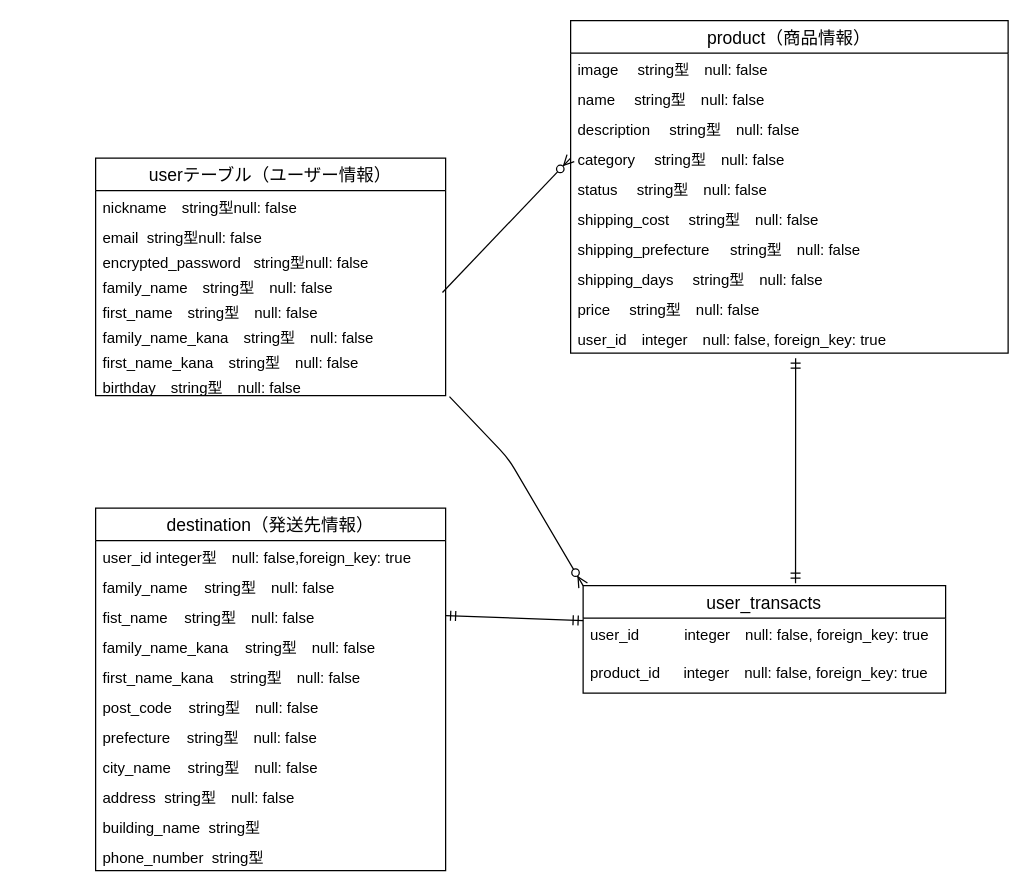
The draw.io diagram furima.dio in koukikubo/furima-39090, before the edit. Source tidied: cells renumbered, new cells numbered last; positions are measured from the earlier drawing's top-left corner, leaving out a move shared by most shapes. Both pictures are drawn from the tidied source at 125%, with x=0, y=0 at pixel (95, 20).
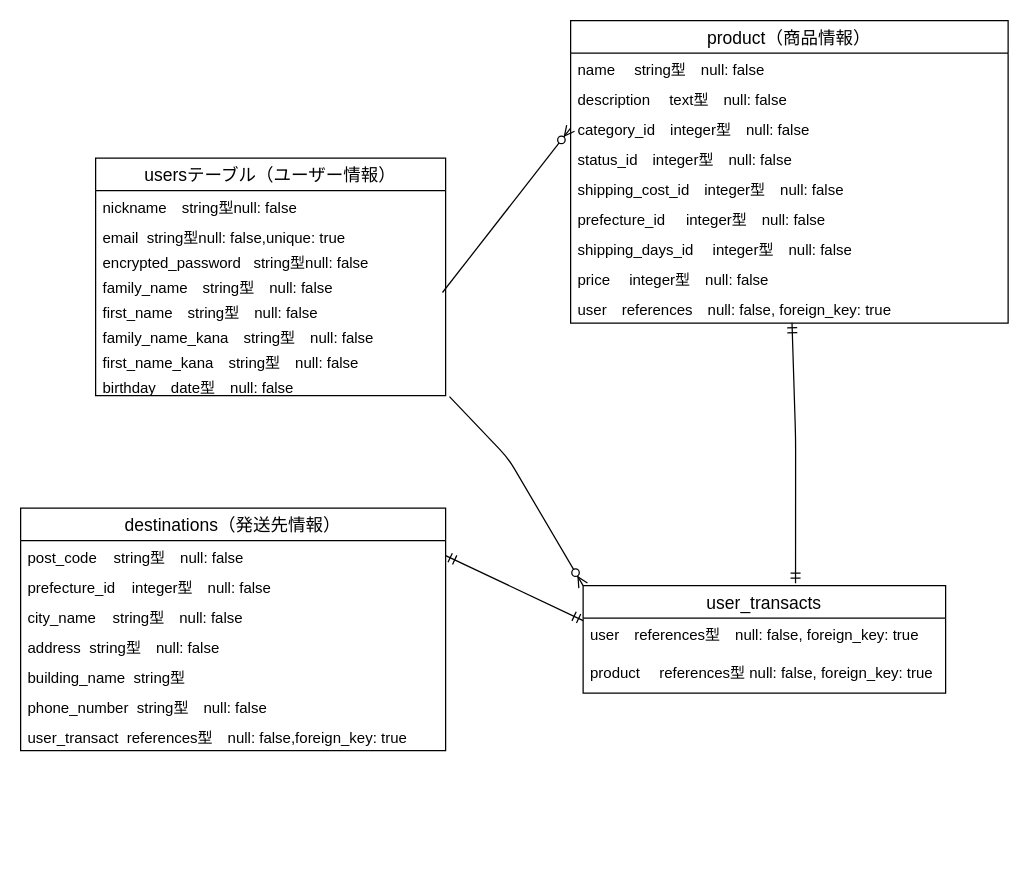
After the change.

Unchanged cells that the change refers to:
```xml
<mxCell id="34" value="user_transacts" style="swimlane;fontStyle=0;horizontal=1;startSize=26;align=center;fontSize=14;" parent="1" vertex="1">
  <mxGeometry x="390" y="452" width="290" height="86" as="geometry" />
</mxCell>
```

What changed in the source:
```diff
@@
-    <mxCell id="2" value="userテーブル（ユーザー情報）" style="swimlane;fontStyle=0;horizontal=1;startSize=26;align=center;fontSize=14;" parent="1" vertex="1">
+    <mxCell id="2" value="usersテーブル（ユーザー情報）" style="swimlane;fontStyle=0;horizontal=1;startSize=26;align=center;fontSize=14;" parent="1" vertex="1">
       <mxGeometry y="110" width="280" height="190" as="geometry" />
     </mxCell>
@@
-    <mxCell id="4" value="email  string型null: false" style="text;strokeColor=none;fillColor=none;spacingLeft=4;spacingRight=4;overflow=hidden;fontSize=12;" parent="2" vertex="1">
+    <mxCell id="4" value="email  string型null: false,unique: true" style="text;strokeColor=none;fillColor=none;spacingLeft=4;spacingRight=4;overflow=hidden;fontSize=12;" parent="2" vertex="1">
       <mxGeometry y="50" width="280" height="20" as="geometry" />
     </mxCell>
@@
-    <mxCell id="10" value="birthday　string型　null: false" style="text;strokeColor=none;fillColor=none;spacingLeft=4;spacingRight=4;overflow=hidden;points=[[0,0.5],[1,0.5]];portConstraint=eastwest;fontSize=12;" parent="2" vertex="1">
+    <mxCell id="10" value="birthday　date型　null: false" style="text;strokeColor=none;fillColor=none;spacingLeft=4;spacingRight=4;overflow=hidden;points=[[0,0.5],[1,0.5]];portConstraint=eastwest;fontSize=12;" parent="2" vertex="1">
       <mxGeometry y="170" width="280" height="20" as="geometry" />
     </mxCell>
-    <mxCell id="11" value="destination（発送先情報）" style="swimlane;fontStyle=0;horizontal=1;startSize=26;align=center;fontSize=14;" parent="1" vertex="1">
-      <mxGeometry y="390" width="280" height="290" as="geometry" />
+    <mxCell id="11" value="destinations（発送先情報）" style="swimlane;fontStyle=0;horizontal=1;startSize=26;align=center;fontSize=14;" parent="1" vertex="1">
+      <mxGeometry x="-60" y="390" width="340" height="194" as="geometry" />
     </mxCell>
-    <mxCell id="12" value="user_id integer型　null: false,foreign_key: true" style="text;strokeColor=none;fillColor=none;spacingLeft=4;spacingRight=4;overflow=hidden;fontSize=12;" parent="11" vertex="1">
-      <mxGeometry y="26" width="280" height="24" as="geometry" />
-    </mxCell>
-    <mxCell id="13" value="family_name    string型　null: false" style="text;strokeColor=none;fillColor=none;spacingLeft=4;spacingRight=4;overflow=hidden;fontSize=12;" parent="11" vertex="1">
-      <mxGeometry y="50" width="280" height="24" as="geometry" />
-    </mxCell>
-    <mxCell id="14" value="fist_name    string型　null: false" style="text;strokeColor=none;fillColor=none;spacingLeft=4;spacingRight=4;overflow=hidden;points=[[0,0.5],[1,0.5]];portConstraint=eastwest;fontSize=12;" parent="11" vertex="1">
-      <mxGeometry y="74" width="280" height="24" as="geometry" />
-    </mxCell>
-    <mxCell id="15" value="family_name_kana    string型　null: false" style="text;strokeColor=none;fillColor=none;spacingLeft=4;spacingRight=4;overflow=hidden;fontSize=12;" parent="11" vertex="1">
-      <mxGeometry y="98" width="280" height="24" as="geometry" />
-    </mxCell>
-    <mxCell id="16" value="first_name_kana    string型　null: false" style="text;strokeColor=none;fillColor=none;spacingLeft=4;spacingRight=4;overflow=hidden;fontSize=12;" parent="11" vertex="1">
-      <mxGeometry y="122" width="280" height="24" as="geometry" />
-    </mxCell>
     <mxCell id="17" value="post_code    string型　null: false" style="text;strokeColor=none;fillColor=none;spacingLeft=4;spacingRight=4;overflow=hidden;fontSize=12;" parent="11" vertex="1">
-      <mxGeometry y="146" width="280" height="24" as="geometry" />
+      <mxGeometry y="26" width="340" height="24" as="geometry" />
     </mxCell>
-    <mxCell id="18" value="prefecture    string型　null: false" style="text;strokeColor=none;fillColor=none;spacingLeft=4;spacingRight=4;overflow=hidden;fontSize=12;" parent="11" vertex="1">
-      <mxGeometry y="170" width="280" height="24" as="geometry" />
+    <mxCell id="18" value="prefecture_id    integer型　null: false" style="text;strokeColor=none;fillColor=none;spacingLeft=4;spacingRight=4;overflow=hidden;fontSize=12;" parent="11" vertex="1">
+      <mxGeometry y="50" width="340" height="24" as="geometry" />
     </mxCell>
     <mxCell id="19" value="city_name    string型　null: false" style="text;strokeColor=none;fillColor=none;spacingLeft=4;spacingRight=4;overflow=hidden;fontSize=12;" parent="11" vertex="1">
-      <mxGeometry y="194" width="280" height="24" as="geometry" />
+      <mxGeometry y="74" width="340" height="24" as="geometry" />
     </mxCell>
     <mxCell id="20" value="address  string型　null: false" style="text;strokeColor=none;fillColor=none;spacingLeft=4;spacingRight=4;overflow=hidden;fontSize=12;" parent="11" vertex="1">
-      <mxGeometry y="218" width="280" height="24" as="geometry" />
+      <mxGeometry y="98" width="340" height="24" as="geometry" />
     </mxCell>
     <mxCell id="21" value="building_name  string型　" style="text;strokeColor=none;fillColor=none;spacingLeft=4;spacingRight=4;overflow=hidden;fontSize=12;" parent="11" vertex="1">
-      <mxGeometry y="242" width="280" height="24" as="geometry" />
+      <mxGeometry y="122" width="340" height="24" as="geometry" />
     </mxCell>
+    <mxCell id="41" value="phone_number  string型　null: false" style="text;strokeColor=none;fillColor=none;spacingLeft=4;spacingRight=4;overflow=hidden;fontSize=12;" parent="11" vertex="1">
+      <mxGeometry y="146" width="340" height="24" as="geometry" />
+    </mxCell>
-    <mxCell id="22" value="phone_number  string型　" style="text;strokeColor=none;fillColor=none;spacingLeft=4;spacingRight=4;overflow=hidden;fontSize=12;" parent="11" vertex="1">
-      <mxGeometry y="266" width="280" height="24" as="geometry" />
+    <mxCell id="22" value="user_transact  references型　null: false,foreign_key: true" style="text;strokeColor=none;fillColor=none;spacingLeft=4;spacingRight=4;overflow=hidden;fontSize=12;" parent="11" vertex="1">
+      <mxGeometry y="170" width="340" height="24" as="geometry" />
     </mxCell>
     <mxCell id="23" value="product（商品情報）" style="swimlane;fontStyle=0;horizontal=1;startSize=26;align=center;fontSize=14;" parent="1" vertex="1">
-      <mxGeometry x="380" width="350" height="266" as="geometry" />
+      <mxGeometry x="380" width="350" height="242" as="geometry" />
     </mxCell>
-    <mxCell id="24" value="image　 string型　null: false" style="text;strokeColor=none;fillColor=none;spacingLeft=4;spacingRight=4;overflow=hidden;fontSize=12;" parent="23" vertex="1">
-      <mxGeometry y="26" width="350" height="24" as="geometry" />
-    </mxCell>
     <mxCell id="25" value="name　 string型　null: false" style="text;strokeColor=none;fillColor=none;spacingLeft=4;spacingRight=4;overflow=hidden;fontSize=12;" parent="23" vertex="1">
-      <mxGeometry y="50" width="350" height="24" as="geometry" />
+      <mxGeometry y="26" width="350" height="24" as="geometry" />
     </mxCell>
-    <mxCell id="26" value="description　 string型　null: false" style="text;strokeColor=none;fillColor=none;spacingLeft=4;spacingRight=4;overflow=hidden;fontSize=12;" parent="23" vertex="1">
-      <mxGeometry y="74" width="350" height="24" as="geometry" />
+    <mxCell id="26" value="description　 text型　null: false" style="text;strokeColor=none;fillColor=none;spacingLeft=4;spacingRight=4;overflow=hidden;fontSize=12;" parent="23" vertex="1">
+      <mxGeometry y="50" width="350" height="24" as="geometry" />
     </mxCell>
-    <mxCell id="27" value="category　 string型　null: false" style="text;strokeColor=none;fillColor=none;spacingLeft=4;spacingRight=4;overflow=hidden;points=[[0,0.5],[1,0.5]];portConstraint=eastwest;fontSize=12;" parent="23" vertex="1">
-      <mxGeometry y="98" width="350" height="24" as="geometry" />
+    <mxCell id="27" value="category_id　integer型　null: false" style="text;strokeColor=none;fillColor=none;spacingLeft=4;spacingRight=4;overflow=hidden;points=[[0,0.5],[1,0.5]];portConstraint=eastwest;fontSize=12;" parent="23" vertex="1">
+      <mxGeometry y="74" width="350" height="24" as="geometry" />
     </mxCell>
-    <mxCell id="28" value="status　 string型　null: false" style="text;strokeColor=none;fillColor=none;spacingLeft=4;spacingRight=4;overflow=hidden;fontSize=12;" parent="23" vertex="1">
-      <mxGeometry y="122" width="350" height="24" as="geometry" />
+    <mxCell id="28" value="status_id　integer型　null: false" style="text;strokeColor=none;fillColor=none;spacingLeft=4;spacingRight=4;overflow=hidden;fontSize=12;" parent="23" vertex="1">
+      <mxGeometry y="98" width="350" height="24" as="geometry" />
     </mxCell>
-    <mxCell id="29" value="shipping_cost　 string型　null: false" style="text;strokeColor=none;fillColor=none;spacingLeft=4;spacingRight=4;overflow=hidden;fontSize=12;" parent="23" vertex="1">
-      <mxGeometry y="146" width="350" height="24" as="geometry" />
+    <mxCell id="29" value="shipping_cost_id　integer型　null: false" style="text;strokeColor=none;fillColor=none;spacingLeft=4;spacingRight=4;overflow=hidden;fontSize=12;" parent="23" vertex="1">
+      <mxGeometry y="122" width="350" height="24" as="geometry" />
     </mxCell>
-    <mxCell id="30" value="shipping_prefecture     string型　null: false" style="text;strokeColor=none;fillColor=none;spacingLeft=4;spacingRight=4;overflow=hidden;fontSize=12;" parent="23" vertex="1">
-      <mxGeometry y="170" width="350" height="24" as="geometry" />
+    <mxCell id="30" value="prefecture_id     integer型　null: false" style="text;strokeColor=none;fillColor=none;spacingLeft=4;spacingRight=4;overflow=hidden;fontSize=12;" parent="23" vertex="1">
+      <mxGeometry y="146" width="350" height="24" as="geometry" />
     </mxCell>
-    <mxCell id="31" value="shipping_days　 string型　null: false" style="text;strokeColor=none;fillColor=none;spacingLeft=4;spacingRight=4;overflow=hidden;fontSize=12;" parent="23" vertex="1">
-      <mxGeometry y="194" width="350" height="24" as="geometry" />
+    <mxCell id="31" value="shipping_days_id　 integer型　null: false" style="text;strokeColor=none;fillColor=none;spacingLeft=4;spacingRight=4;overflow=hidden;fontSize=12;" parent="23" vertex="1">
+      <mxGeometry y="170" width="350" height="24" as="geometry" />
     </mxCell>
-    <mxCell id="32" value="price　 string型　null: false" style="text;strokeColor=none;fillColor=none;spacingLeft=4;spacingRight=4;overflow=hidden;fontSize=12;" parent="23" vertex="1">
-      <mxGeometry y="218" width="350" height="24" as="geometry" />
+    <mxCell id="32" value="price　 integer型　null: false" style="text;strokeColor=none;fillColor=none;spacingLeft=4;spacingRight=4;overflow=hidden;fontSize=12;" parent="23" vertex="1">
+      <mxGeometry y="194" width="350" height="24" as="geometry" />
     </mxCell>
-    <mxCell id="33" value="user_id　integer　null: false, foreign_key: true" style="text;strokeColor=none;fillColor=none;spacingLeft=4;spacingRight=4;overflow=hidden;points=[[0,0.5],[1,0.5]];portConstraint=eastwest;fontSize=12;" parent="23" vertex="1">
-      <mxGeometry y="242" width="350" height="24" as="geometry" />
+    <mxCell id="33" value="user　references　null: false, foreign_key: true" style="text;strokeColor=none;fillColor=none;spacingLeft=4;spacingRight=4;overflow=hidden;points=[[0,0.5],[1,0.5]];portConstraint=eastwest;fontSize=12;" parent="23" vertex="1">
+      <mxGeometry y="218" width="350" height="24" as="geometry" />
     </mxCell>
@@
-    <mxCell id="35" value="user_id　　　integer　null: false, foreign_key: true" style="text;strokeColor=none;fillColor=none;spacingLeft=4;spacingRight=4;overflow=hidden;fontSize=12;" parent="34" vertex="1">
+    <mxCell id="35" value="user　references型　null: false, foreign_key: true" style="text;strokeColor=none;fillColor=none;spacingLeft=4;spacingRight=4;overflow=hidden;fontSize=12;" parent="34" vertex="1">
       <mxGeometry y="26" width="290" height="30" as="geometry" />
     </mxCell>
-    <mxCell id="36" value="product_id　  integer　null: false, foreign_key: true" style="text;strokeColor=none;fillColor=none;spacingLeft=4;spacingRight=4;overflow=hidden;fontSize=12;" parent="34" vertex="1">
+    <mxCell id="36" value="product　 references型 null: false, foreign_key: true" style="text;strokeColor=none;fillColor=none;spacingLeft=4;spacingRight=4;overflow=hidden;fontSize=12;" parent="34" vertex="1">
       <mxGeometry y="56" width="290" height="30" as="geometry" />
     </mxCell>
@@
-    <mxCell id="39" style="fontSize=12;html=1;endArrow=ERmandOne;startArrow=ERmandOne;entryX=0.024;entryY=0.951;entryDx=0;entryDy=0;entryPerimeter=0;exitX=1;exitY=0.5;exitDx=0;exitDy=0;" parent="1" edge="1" source="14">
+    <mxCell id="39" style="fontSize=12;html=1;endArrow=ERmandOne;startArrow=ERmandOne;entryX=0.024;entryY=0.951;entryDx=0;entryDy=0;entryPerimeter=0;exitX=1;exitY=0.5;exitDx=0;exitDy=0;" parent="1" edge="1">
       <mxGeometry relative="1" as="geometry">
+        <mxPoint x="280" y="428" as="sourcePoint" />
         <mxPoint x="390" y="480" as="targetPoint" />
       </mxGeometry>
     </mxCell>
-    <mxCell id="40" style="fontSize=12;html=1;endArrow=ERmandOne;startArrow=ERmandOne;entryX=0.586;entryY=-0.023;entryDx=0;entryDy=0;entryPerimeter=0;" parent="1" edge="1" target="34">
+    <mxCell id="40" style="fontSize=12;html=1;endArrow=ERmandOne;startArrow=ERmandOne;entryX=0.586;entryY=-0.023;entryDx=0;entryDy=0;entryPerimeter=0;exitX=0.506;exitY=0.986;exitDx=0;exitDy=0;exitPerimeter=0;" parent="1" edge="1" source="33" target="34">
       <mxGeometry relative="1" as="geometry">
-        <mxPoint x="560" y="270" as="sourcePoint" />
         <Array as="points">
           <mxPoint x="560" y="334" />
         </Array>
       </mxGeometry>
     </mxCell>
```
